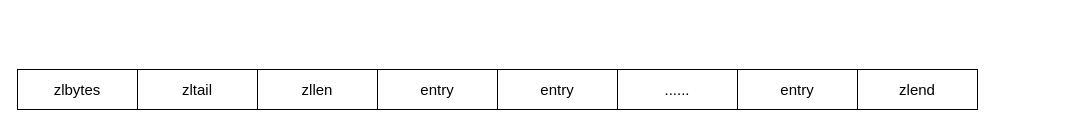
This is Redis-ZipList.drawio from XuYi-fei/draw.io.sync, a draw.io file, before an edit. Source tidied: cells renumbered, new cells numbered last; positions are measured from the earlier drawing's top-left corner, leaving out a move shared by most shapes. Both pictures are drawn from the tidied source at 100%, with x=0, y=0 at pixel (17, 69).
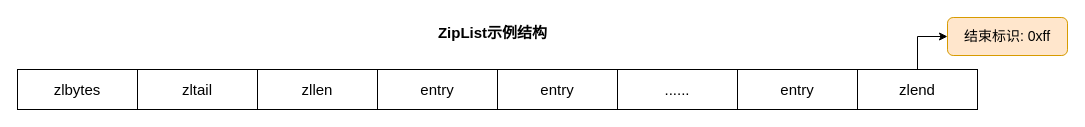
The same diagram, later.

Change to the diagram source:
```diff
@@
 <mxGraphModel>
   <root>
     <mxCell id="0" />
     <mxCell id="1" parent="0" />
     <mxCell id="2" value="zlbytes" style="rounded=0;whiteSpace=wrap;html=1;fontSize=15;" parent="1" vertex="1">
       <mxGeometry width="120" height="40" as="geometry" />
     </mxCell>
     <mxCell id="3" value="zltail" style="rounded=0;whiteSpace=wrap;html=1;fontSize=15;" parent="1" vertex="1">
       <mxGeometry x="120" width="120" height="40" as="geometry" />
     </mxCell>
     <mxCell id="4" value="zllen" style="rounded=0;whiteSpace=wrap;html=1;fontSize=15;" parent="1" vertex="1">
       <mxGeometry x="240" width="120" height="40" as="geometry" />
     </mxCell>
     <mxCell id="5" value="entry" style="rounded=0;whiteSpace=wrap;html=1;fontSize=15;" parent="1" vertex="1">
       <mxGeometry x="360" width="120" height="40" as="geometry" />
     </mxCell>
     <mxCell id="6" value="entry" style="rounded=0;whiteSpace=wrap;html=1;fontSize=15;" parent="1" vertex="1">
       <mxGeometry x="480" width="120" height="40" as="geometry" />
     </mxCell>
     <mxCell id="7" value="......" style="rounded=0;whiteSpace=wrap;html=1;fontSize=15;" parent="1" vertex="1">
       <mxGeometry x="600" width="120" height="40" as="geometry" />
     </mxCell>
     <mxCell id="8" value="entry" style="rounded=0;whiteSpace=wrap;html=1;fontSize=15;" parent="1" vertex="1">
       <mxGeometry x="720" width="120" height="40" as="geometry" />
     </mxCell>
+    <mxCell id="10" style="edgeStyle=orthogonalEdgeStyle;rounded=0;jettySize=auto;html=1;exitX=0.5;exitY=0;exitDx=0;exitDy=0;entryX=0;entryY=0.5;entryDx=0;entryDy=0;" parent="1" edge="1" source="9" target="12">
+      <mxGeometry relative="1" as="geometry" />
+    </mxCell>
     <mxCell id="9" value="zlend" style="rounded=0;whiteSpace=wrap;html=1;fontSize=15;" parent="1" vertex="1">
       <mxGeometry x="840" width="120" height="40" as="geometry" />
     </mxCell>
+    <mxCell id="11" value="ZipList示例结构" style="text;html=1;align=center;verticalAlign=middle;strokeColor=none;fillColor=none;fontStyle=1;fontSize=15;" parent="1" vertex="1">
+      <mxGeometry x="410" y="-52" width="130" height="30" as="geometry" />
+    </mxCell>
+    <mxCell id="12" value="结束标识: 0xff" style="rounded=1;whiteSpace=wrap;html=1;fontSize=14;fillColor=#ffe6cc;strokeColor=#d79b00;" parent="1" vertex="1">
+      <mxGeometry x="930" y="-52" width="120" height="38" as="geometry" />
+    </mxCell>
   </root>
 </mxGraphModel>
```
